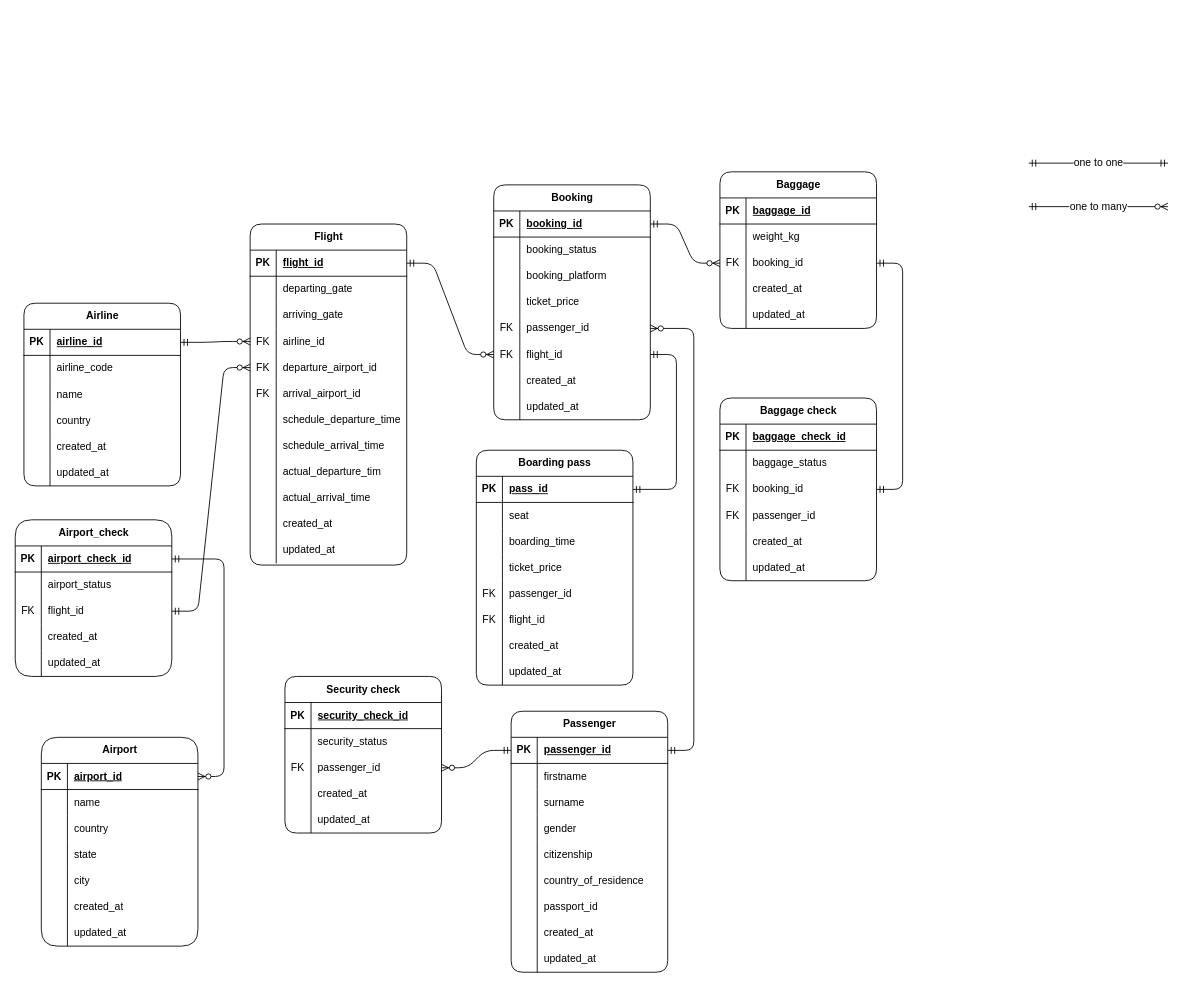
The draw.io diagram Untitled Diagram.drawio in fellinluvva/dbms1, before the edit. Source tidied: cells renumbered, new cells numbered last; positions are measured from the earlier drawing's top-left corner, leaving out a move shared by most shapes. Both pictures are drawn from the tidied source at 87%, with x=0, y=0 at pixel (15, -46).
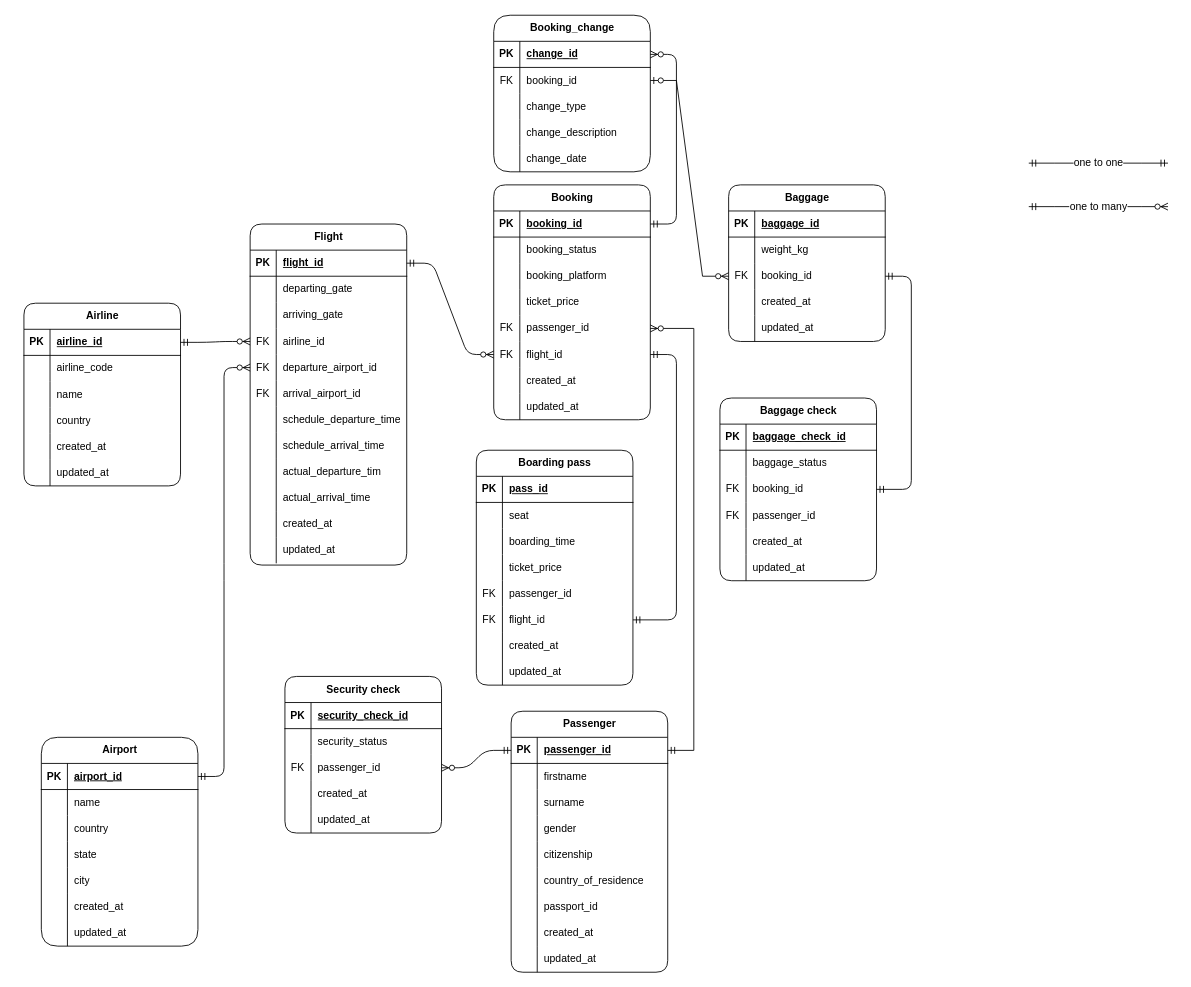
The same diagram, later.

Unchanged cells that the change refers to:
```xml
<mxCell id="3" style="shape=tableRow;horizontal=0;startSize=0;swimlaneHead=0;swimlaneBody=0;fillColor=none;points=[[0,0.5],[1,0.5]];portConstraint=eastwest;top=0;left=0;right=0;bottom=1;" parent="2" vertex="1">
  <mxGeometry y="30" width="180" height="30" as="geometry" />
</mxCell>
<mxCell id="44" style="shape=tableRow;horizontal=0;startSize=0;swimlaneHead=0;swimlaneBody=0;fillColor=none;points=[[0,0.5],[1,0.5]];portConstraint=eastwest;top=0;left=0;right=0;bottom=1;" parent="43" vertex="1">
  <mxGeometry y="30" width="180" height="30" as="geometry" />
</mxCell>
<mxCell id="56" style="shape=tableRow;horizontal=0;startSize=0;swimlaneHead=0;swimlaneBody=0;fillColor=none;points=[[0,0.5],[1,0.5]];portConstraint=eastwest;top=0;left=0;right=0;bottom=0;" parent="43" vertex="1">
  <mxGeometry y="150" width="180" height="30" as="geometry" />
</mxCell>
<mxCell id="75" style="shape=tableRow;horizontal=0;startSize=0;swimlaneHead=0;swimlaneBody=0;fillColor=none;points=[[0,0.5],[1,0.5]];portConstraint=eastwest;top=0;left=0;right=0;bottom=0;" parent="68" vertex="1">
  <mxGeometry y="90" width="180" height="30" as="geometry" />
</mxCell>
<mxCell id="97" style="shape=tableRow;horizontal=0;startSize=0;swimlaneHead=0;swimlaneBody=0;fillColor=none;points=[[0,0.5],[1,0.5]];portConstraint=eastwest;top=0;left=0;right=0;bottom=0;" parent="84" vertex="1">
  <mxGeometry y="150" width="180" height="30" as="geometry" />
</mxCell>
<mxCell id="141" style="shape=tableRow;horizontal=0;startSize=0;swimlaneHead=0;swimlaneBody=0;fillColor=none;points=[[0,0.5],[1,0.5]];portConstraint=eastwest;top=0;left=0;right=0;bottom=1;" parent="140" vertex="1">
  <mxGeometry y="30" width="180" height="30" as="geometry" />
</mxCell>
<mxCell id="156" style="shape=tableRow;horizontal=0;startSize=0;swimlaneHead=0;swimlaneBody=0;fillColor=none;points=[[0,0.5],[1,0.5]];portConstraint=eastwest;top=0;left=0;right=0;bottom=0;" parent="140" vertex="1">
  <mxGeometry y="180" width="180" height="30" as="geometry" />
</mxCell>
<mxCell id="166" style="shape=tableRow;horizontal=0;startSize=0;swimlaneHead=0;swimlaneBody=0;fillColor=none;points=[[0,0.5],[1,0.5]];portConstraint=eastwest;top=0;left=0;right=0;bottom=1;" parent="165" vertex="1">
  <mxGeometry y="30" width="180" height="30" as="geometry" />
</mxCell>
<mxCell id="220" style="shape=tableRow;horizontal=0;startSize=0;swimlaneHead=0;swimlaneBody=0;fillColor=none;points=[[0,0.5],[1,0.5]];portConstraint=eastwest;top=0;left=0;right=0;bottom=1;" parent="219" vertex="1">
  <mxGeometry y="30" width="180" height="30" as="geometry" />
</mxCell>
<mxCell id="223" style="shape=tableRow;horizontal=0;startSize=0;swimlaneHead=0;swimlaneBody=0;fillColor=none;points=[[0,0.5],[1,0.5]];portConstraint=eastwest;top=0;left=0;right=0;bottom=0;" parent="219" vertex="1">
  <mxGeometry y="60" width="180" height="30" as="geometry" />
</mxCell>
<mxCell id="226" style="shape=tableRow;horizontal=0;startSize=0;swimlaneHead=0;swimlaneBody=0;fillColor=none;points=[[0,0.5],[1,0.5]];portConstraint=eastwest;top=0;left=0;right=0;bottom=0;" parent="219" vertex="1">
  <mxGeometry y="90" width="180" height="30" as="geometry" />
</mxCell>
<mxCell id="229" style="shape=tableRow;horizontal=0;startSize=0;swimlaneHead=0;swimlaneBody=0;fillColor=none;top=0;left=0;right=0;bottom=0;" parent="219" vertex="1">
  <mxGeometry y="120" width="180" height="30" as="geometry" />
</mxCell>
<mxCell id="232" style="shape=tableRow;horizontal=0;startSize=0;swimlaneHead=0;swimlaneBody=0;fillColor=none;top=0;left=0;right=0;bottom=0;" parent="219" vertex="1">
  <mxGeometry y="150" width="180" height="30" as="geometry" />
</mxCell>
```

What changed in the source:
```diff
@@
     <mxCell id="68" value="Baggage" style="shape=table;startSize=30;childLayout=tableLayout;rowLines=0;fontStyle=1;align=center;html=1;rounded=1;" parent="1" vertex="1">
-      <mxGeometry x="810" y="250" width="180" height="180" as="geometry" />
+      <mxGeometry x="820" y="265" width="180" height="180" as="geometry" />
     </mxCell>
@@
-    <mxCell id="209" style="edgeStyle=entityRelationEdgeStyle;fontSize=12;html=1;endArrow=ERzeroToMany;startArrow=ERmandOne;rounded=1;curved=0;" parent="1" edge="1" source="220" target="3">
+    <mxCell id="209" style="edgeStyle=entityRelationEdgeStyle;fontSize=12;html=1;endArrow=ERzeroToMany;startArrow=ERmandOne;rounded=1;curved=0;entryX=0;entryY=0.5;entryDx=0;entryDy=0;exitX=1;exitY=0.5;exitDx=0;exitDy=0;" parent="1" edge="1" source="3" target="97">
       <mxGeometry relative="1" as="geometry">
         <Array as="points">
           <mxPoint x="300" />
         </Array>
       </mxGeometry>
     </mxCell>
@@
-    <mxCell id="212" style="edgeStyle=entityRelationEdgeStyle;fontSize=12;html=1;endArrow=ERzeroToMany;startArrow=ERmandOne;rounded=1;entryX=1;entryY=0.5;entryDx=0;entryDy=0;curved=0;" parent="1" edge="1" source="166" target="56">
+    <mxCell id="212" style="edgeStyle=entityRelationEdgeStyle;fontSize=12;html=1;endArrow=ERzeroToMany;startArrow=ERmandOne;rounded=1;curved=0;entryX=1;entryY=0.5;entryDx=0;entryDy=0;" parent="1" edge="1" source="44" target="220">
       <mxGeometry relative="1" as="geometry" />
     </mxCell>
-    <mxCell id="213" style="edgeStyle=entityRelationEdgeStyle;fontSize=12;html=1;endArrow=ERmandOne;startArrow=ERmandOne;rounded=1;entryX=1;entryY=0.5;entryDx=0;entryDy=0;curved=0;" parent="1" edge="1" target="141">
+    <mxCell id="213" style="edgeStyle=entityRelationEdgeStyle;fontSize=12;html=1;endArrow=ERmandOne;startArrow=ERmandOne;rounded=1;curved=0;" parent="1" edge="1" target="156">
       <mxGeometry relative="1" as="geometry">
         <mxPoint x="730" y="460" as="sourcePoint" />
         <Array as="points">
           <mxPoint x="600" y="560" />
           <mxPoint x="750" y="530" />
           <mxPoint x="710" y="530" />
         </Array>
       </mxGeometry>
     </mxCell>
-    <mxCell id="214" style="edgeStyle=entityRelationEdgeStyle;fontSize=12;html=1;endArrow=ERzeroToMany;startArrow=ERmandOne;rounded=1;exitX=1;exitY=0.5;exitDx=0;exitDy=0;entryX=0;entryY=0.5;entryDx=0;entryDy=0;curved=0;" parent="1" edge="1" source="44" target="75">
-      <mxGeometry relative="1" as="geometry">
-        <Array as="points">
-          <mxPoint x="390" y="700" />
-          <mxPoint x="450" y="670" />
-        </Array>
-      </mxGeometry>
-    </mxCell>
@@
-    <mxCell id="219" value="Airport_check" style="shape=table;startSize=30;childLayout=tableLayout;rowLines=0;fontStyle=1;align=center;html=1;rounded=1;arcSize=21;" parent="1" vertex="1">
-      <mxGeometry y="650" width="180" height="180" as="geometry" />
+    <mxCell id="219" value="Booking_change" style="shape=table;startSize=30;childLayout=tableLayout;rowLines=0;fontStyle=1;align=center;html=1;rounded=1;arcSize=21;" parent="1" vertex="1">
+      <mxGeometry x="550" y="70" width="180" height="180" as="geometry" />
     </mxCell>
@@
-    <mxCell id="222" value="airport_check_id" style="shape=partialRectangle;fillColor=none;top=0;left=0;bottom=0;right=0;align=left;spacingLeft=6;fontStyle=5;overflow=hidden;whiteSpace=wrap;html=1;" parent="220" vertex="1">
+    <mxCell id="222" value="change_id" style="shape=partialRectangle;fillColor=none;top=0;left=0;bottom=0;right=0;align=left;spacingLeft=6;fontStyle=5;overflow=hidden;whiteSpace=wrap;html=1;" parent="220" vertex="1">
       <mxGeometry x="30" width="150" height="30" as="geometry" />
     </mxCell>
@@
-    <mxCell id="224" style="shape=partialRectangle;fillColor=none;top=0;left=0;bottom=0;right=0;overflow=hidden;whiteSpace=wrap;html=1;" parent="223" vertex="1">
+    <mxCell id="224" value="FK" style="shape=partialRectangle;fillColor=none;top=0;left=0;bottom=0;right=0;overflow=hidden;whiteSpace=wrap;html=1;" parent="223" vertex="1">
       <mxGeometry width="30" height="30" as="geometry" />
     </mxCell>
-    <mxCell id="225" value="airport_status" style="shape=partialRectangle;fillColor=none;top=0;left=0;bottom=0;right=0;align=left;spacingLeft=6;overflow=hidden;whiteSpace=wrap;html=1;" parent="223" vertex="1">
+    <mxCell id="225" value="booking_id" style="shape=partialRectangle;fillColor=none;top=0;left=0;bottom=0;right=0;align=left;spacingLeft=6;overflow=hidden;whiteSpace=wrap;html=1;" parent="223" vertex="1">
       <mxGeometry x="30" width="150" height="30" as="geometry" />
     </mxCell>
@@
-    <mxCell id="227" value="FK" style="shape=partialRectangle;fillColor=none;top=0;left=0;bottom=0;right=0;overflow=hidden;whiteSpace=wrap;html=1;" parent="226" vertex="1">
+    <mxCell id="227" style="shape=partialRectangle;fillColor=none;top=0;left=0;bottom=0;right=0;overflow=hidden;whiteSpace=wrap;html=1;" parent="226" vertex="1">
       <mxGeometry width="30" height="30" as="geometry" />
     </mxCell>
-    <mxCell id="228" value="flight_id" style="shape=partialRectangle;fillColor=none;top=0;left=0;bottom=0;right=0;align=left;spacingLeft=6;overflow=hidden;whiteSpace=wrap;html=1;" parent="226" vertex="1">
+    <mxCell id="228" value="change_type" style="shape=partialRectangle;fillColor=none;top=0;left=0;bottom=0;right=0;align=left;spacingLeft=6;overflow=hidden;whiteSpace=wrap;html=1;" parent="226" vertex="1">
       <mxGeometry x="30" width="150" height="30" as="geometry" />
     </mxCell>
@@
-    <mxCell id="231" value="created_at" style="shape=partialRectangle;fillColor=none;top=0;left=0;bottom=0;right=0;align=left;spacingLeft=6;overflow=hidden;whiteSpace=wrap;html=1;" parent="229" vertex="1">
+    <mxCell id="231" value="change_description" style="shape=partialRectangle;fillColor=none;top=0;left=0;bottom=0;right=0;align=left;spacingLeft=6;overflow=hidden;whiteSpace=wrap;html=1;" parent="229" vertex="1">
       <mxGeometry x="30" width="150" height="30" as="geometry" />
     </mxCell>
@@
-    <mxCell id="234" value="updated_at" style="shape=partialRectangle;fillColor=none;top=0;left=0;bottom=0;right=0;align=left;spacingLeft=6;overflow=hidden;whiteSpace=wrap;html=1;" parent="232" vertex="1">
+    <mxCell id="234" value="change_date" style="shape=partialRectangle;fillColor=none;top=0;left=0;bottom=0;right=0;align=left;spacingLeft=6;overflow=hidden;whiteSpace=wrap;html=1;" parent="232" vertex="1">
       <mxGeometry x="30" width="150" height="30" as="geometry" />
     </mxCell>
-    <mxCell id="235" style="edgeStyle=entityRelationEdgeStyle;fontSize=12;html=1;endArrow=ERzeroToMany;startArrow=ERmandOne;rounded=1;curved=0;exitX=1;exitY=0.5;exitDx=0;exitDy=0;entryX=0;entryY=0.5;entryDx=0;entryDy=0;" parent="1" edge="1" source="226" target="97">
-      <mxGeometry relative="1" as="geometry" />
-    </mxCell>
+    <mxCell id="236" style="edgeStyle=entityRelationEdgeStyle;fontSize=12;html=1;endArrow=ERzeroToMany;startArrow=ERmandOne;rounded=0;" parent="1" edge="1" source="166" target="56">
+      <mxGeometry relative="1" as="geometry" />
+    </mxCell>
+    <mxCell id="237" style="edgeStyle=entityRelationEdgeStyle;fontSize=12;html=1;endArrow=ERzeroToMany;startArrow=ERzeroToOne;rounded=0;entryX=0;entryY=0.5;entryDx=0;entryDy=0;exitX=1;exitY=0.5;exitDx=0;exitDy=0;" parent="1" edge="1" source="223" target="75">
+      <mxGeometry relative="1" as="geometry" />
+    </mxCell>
```
